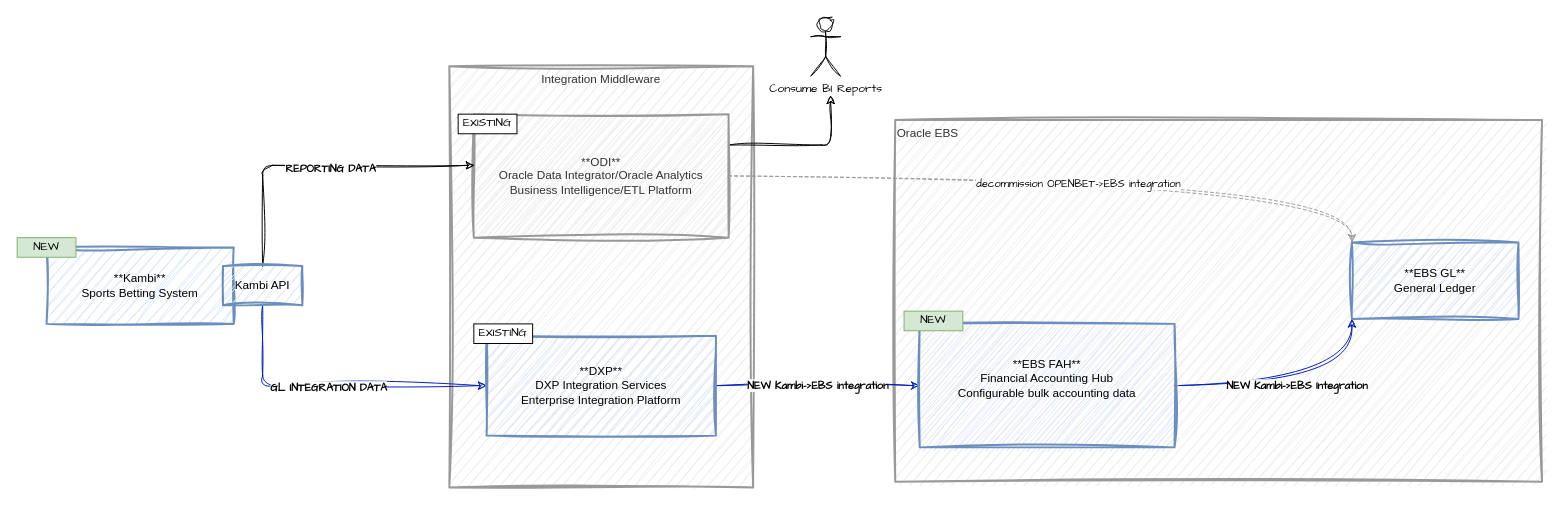
This is page "AOD Integration KAMBI Isolated" (4 of 5) of ALC KAMBI.drawio from luclalor/Draw_IO, a draw.io file, before an edit. Source tidied: cells renumbered, new cells numbered last; positions are measured from the earlier drawing's top-left corner, leaving out a move shared by most shapes. Both pictures are drawn from the tidied source at 98%, with x=0, y=0 at pixel (17, 17).
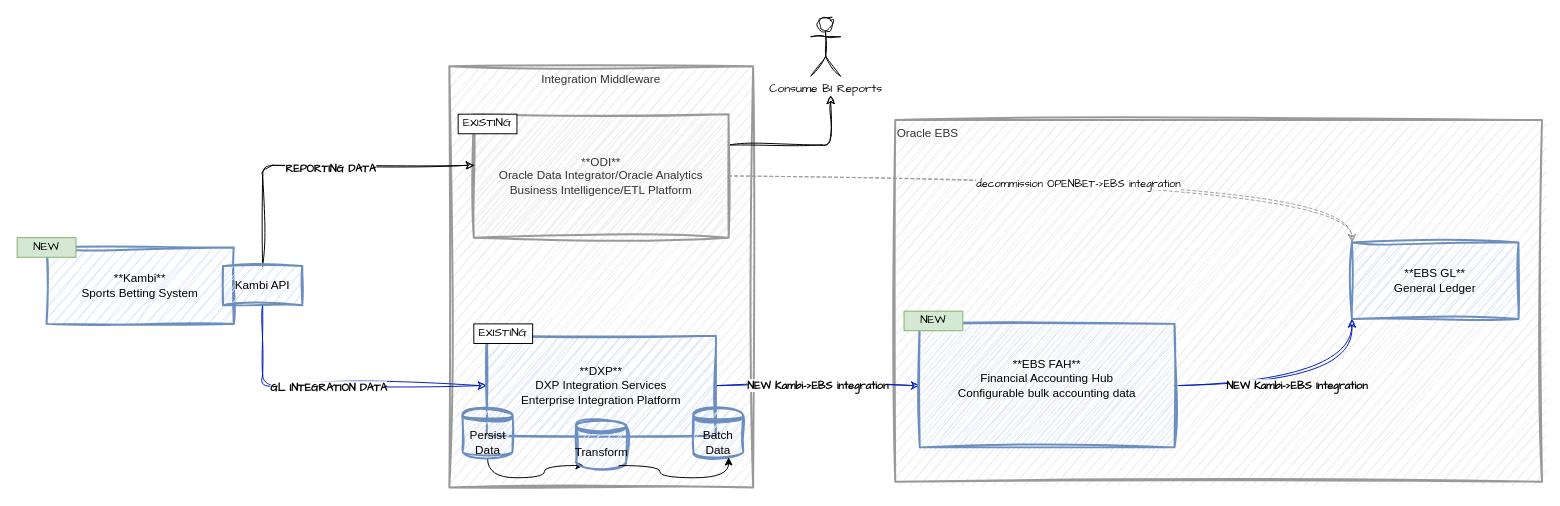
After the change.

Diff of the diagram source:
```diff
@@
+    <mxCell id="24" style="edgeStyle=orthogonalEdgeStyle;rounded=0;hachureGap=4;jettySize=auto;html=1;exitX=0.5;exitY=1;exitDx=0;exitDy=0;entryX=0.15;entryY=0.95;entryDx=0;entryDy=0;fontFamily=Architects Daughter;curved=1;entryPerimeter=0;" parent="1" edge="1" source="25" target="27">
+      <mxGeometry relative="1" as="geometry" />
+    </mxCell>
+    <mxCell id="25" value="Persist Data" style="shape=datastore;whiteSpace=wrap;html=1;sketch=1;jiggle=2;curveFitting=1;fontFamily=Helvetica;rounded=0;strokeColor=#6c8ebf;strokeWidth=2;align=center;verticalAlign=middle;fontSize=12;fontColor=default;fillColor=#dae8fc;" parent="1" vertex="1">
+      <mxGeometry x="454.5" y="400" width="51" height="50" as="geometry" />
+    </mxCell>
+    <mxCell id="26" value="Batch Data" style="shape=datastore;whiteSpace=wrap;html=1;sketch=1;jiggle=2;curveFitting=1;fontFamily=Helvetica;rounded=0;strokeColor=#6c8ebf;strokeWidth=2;align=center;verticalAlign=middle;fontSize=12;fontColor=default;fillColor=#dae8fc;" parent="1" vertex="1">
+      <mxGeometry x="690" y="400" width="51" height="50" as="geometry" />
+    </mxCell>
+    <mxCell id="27" value="Transform" style="shape=datastore;whiteSpace=wrap;html=1;sketch=1;jiggle=2;curveFitting=1;fontFamily=Helvetica;rounded=0;strokeColor=#6c8ebf;strokeWidth=2;align=center;verticalAlign=middle;fontSize=12;fontColor=default;fillColor=#dae8fc;" parent="1" vertex="1">
+      <mxGeometry x="570.5" y="410" width="51" height="50" as="geometry" />
+    </mxCell>
+    <mxCell id="28" style="edgeStyle=orthogonalEdgeStyle;rounded=0;hachureGap=4;jettySize=auto;html=1;exitX=0.85;exitY=0.95;exitDx=0;exitDy=0;exitPerimeter=0;entryX=0.706;entryY=0.98;entryDx=0;entryDy=0;entryPerimeter=0;fontFamily=Architects Daughter;curved=1;" parent="1" edge="1" source="27" target="26">
+      <mxGeometry relative="1" as="geometry" />
+    </mxCell>
```
